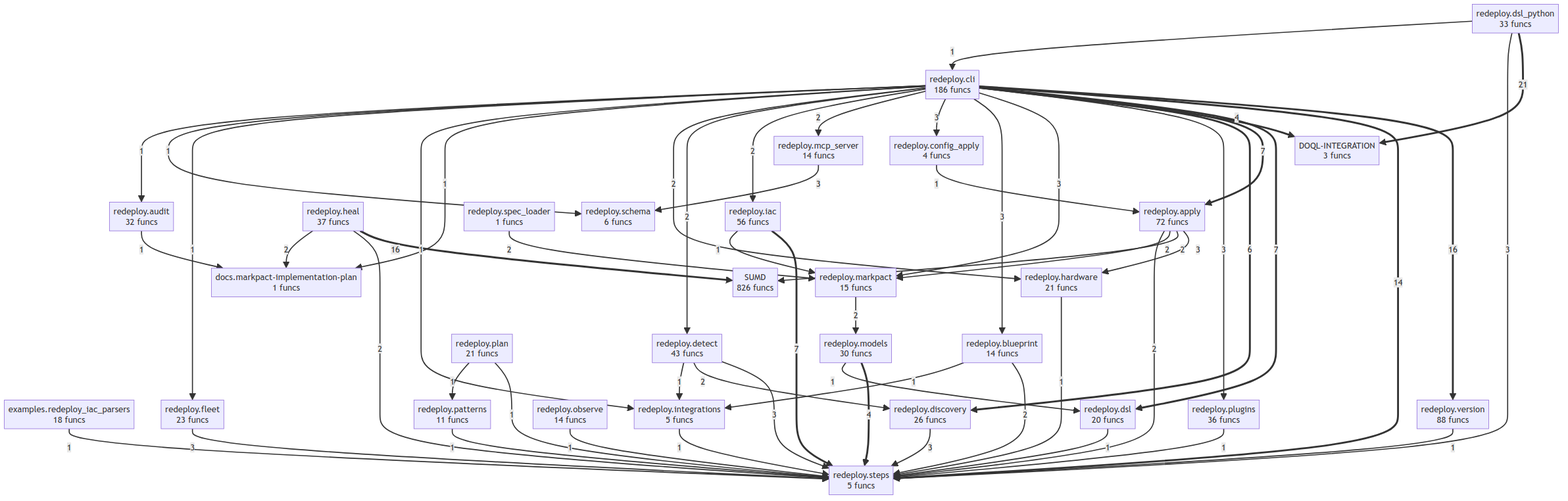
Earlier version of the Mermaid export project/compact_flow.png (maskservice/redeploy). Its source is kept beside it as project/compact_flow.mmd.
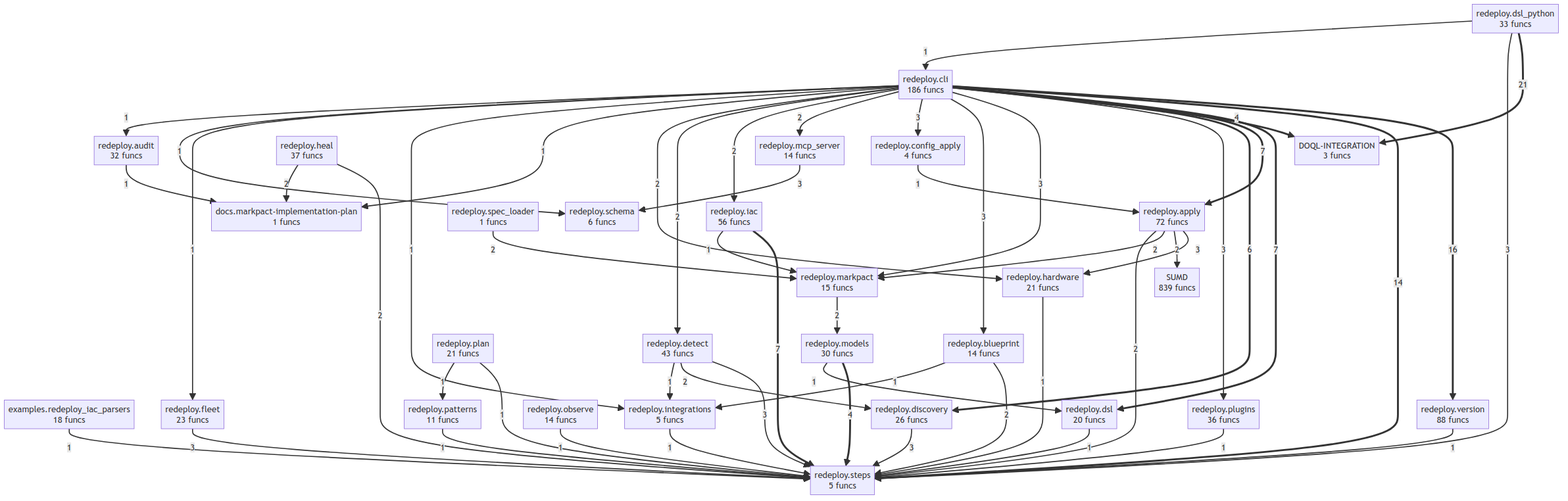
Later version of the same file.

Diff of the diagram source:
```diff
@@ -1,6 +1,6 @@
 flowchart TD
     DOQL_INTEGRATION["DOQL-INTEGRATION<br/>3 funcs"]
-    SUMD["SUMD<br/>826 funcs"]
+    SUMD["SUMD<br/>839 funcs"]
     docs__markpact_implementation_plan["docs.markpact-implementation-plan<br/>1 funcs"]
     examples__redeploy_iac_parsers["examples.redeploy_iac_parsers<br/>18 funcs"]
     redeploy__apply["redeploy.apply<br/>72 funcs"]
@@ -30,7 +30,6 @@
     redeploy__version["redeploy.version<br/>88 funcs"]
     redeploy__dsl_python ==>|21| DOQL_INTEGRATION
     redeploy__cli ==>|16| redeploy__version
-    redeploy__heal ==>|16| SUMD
     redeploy__cli ==>|14| redeploy__steps
     redeploy__cli ==>|7| redeploy__dsl
     redeploy__cli ==>|7| redeploy__apply
@@ -48,6 +47,8 @@
     redeploy__cli -->|3| redeploy__config_apply
     redeploy__dsl_python -->|3| redeploy__steps
     redeploy__apply -->|3| redeploy__hardware
+    redeploy__heal -->|2| redeploy__steps
+    redeploy__heal -->|2| docs__markpact_implementation_plan
     redeploy__spec_loader -->|2| redeploy__markpact
     redeploy__detect -->|2| redeploy__discovery
     redeploy__cli -->|2| redeploy__mcp_server
@@ -59,8 +60,6 @@
     redeploy__apply -->|2| redeploy__markpact
     redeploy__apply -->|2| redeploy__steps
     redeploy__blueprint -->|2| redeploy__steps
-    redeploy__heal -->|2| redeploy__steps
-    redeploy__heal -->|2| docs__markpact_implementation_plan
     redeploy__observe -->|1| redeploy__steps
     redeploy__models -->|1| redeploy__dsl
     redeploy__patterns -->|1| redeploy__steps
```
